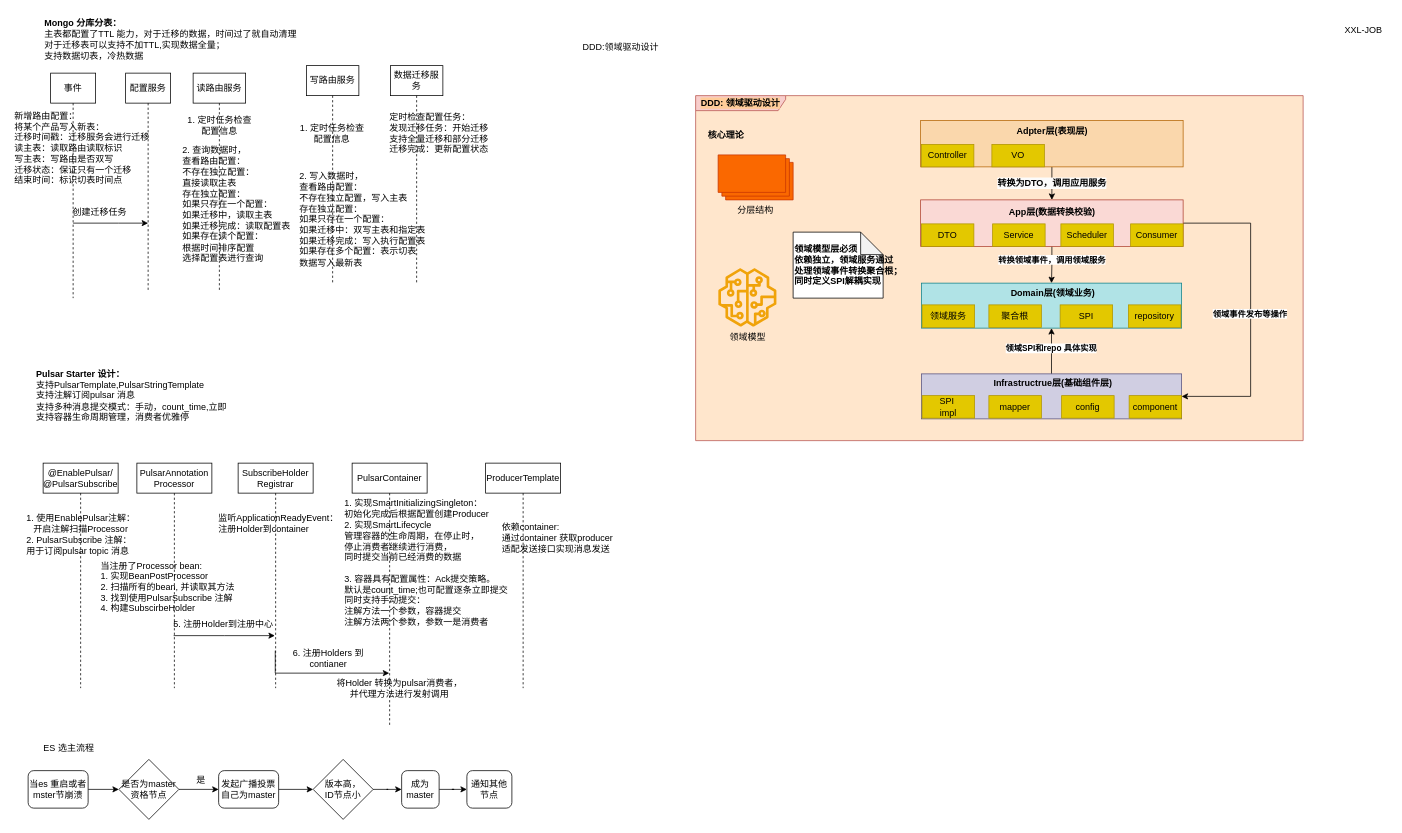
Before: 八股文.drawio in cqu20141693/draw.io, a draw.io diagram. Source tidied: cells renumbered, new cells numbered last; positions are measured from the earlier drawing's top-left corner, leaving out a move shared by most shapes. Both pictures are drawn from the tidied source at 75%, with x=0, y=0 at pixel (13, 13).
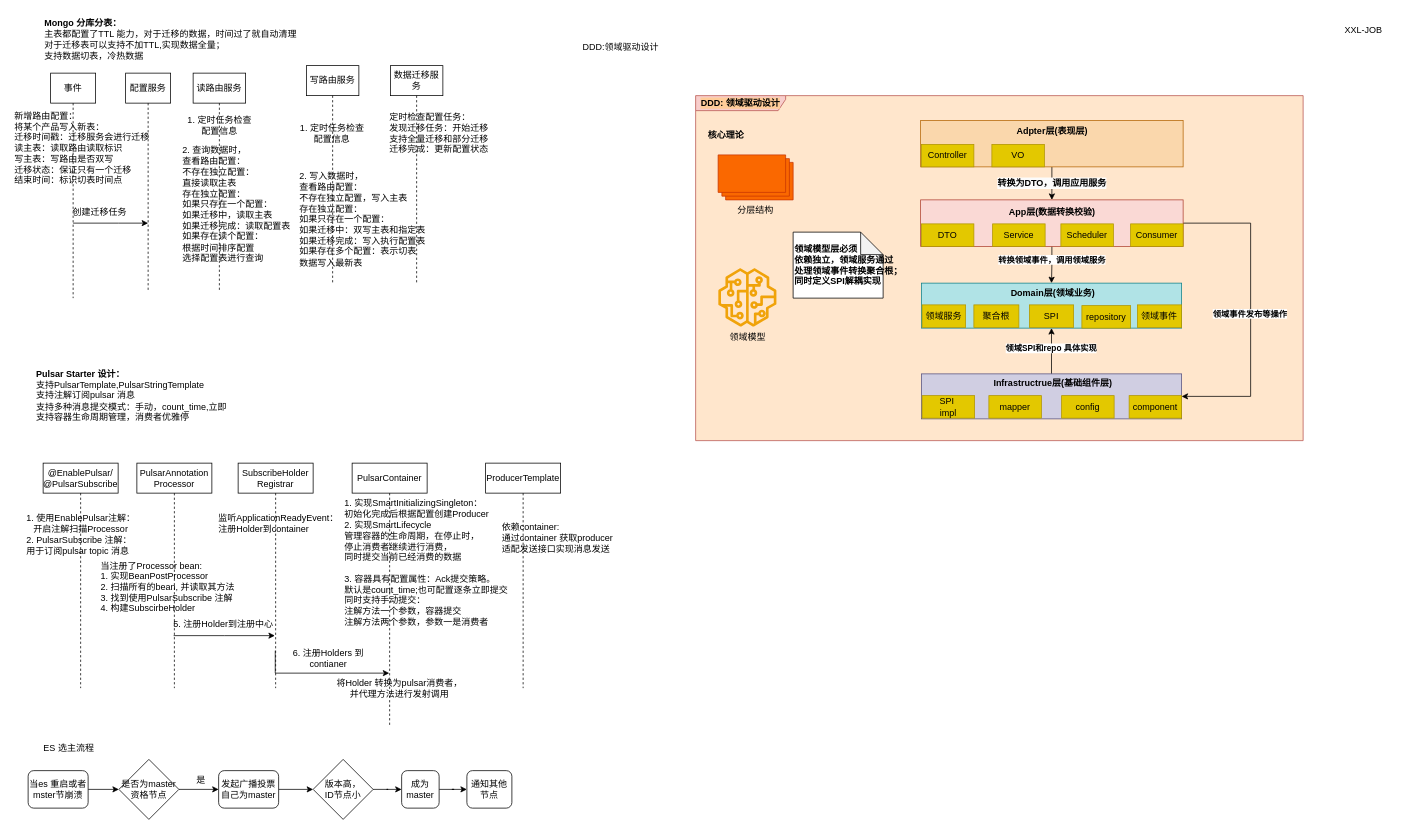
After the change.

Commit message:
更新八股文.drawio

The edit, as a diff of the source:
```diff
@@
     <mxCell id="68" value="领域服务" style="rounded=0;whiteSpace=wrap;html=1;fillColor=#e3c800;fontColor=#000000;strokeColor=#B09500;" parent="1" vertex="1">
-      <mxGeometry x="1212" y="389" width="70" height="30" as="geometry" />
+      <mxGeometry x="1212" y="389" width="58" height="30" as="geometry" />
     </mxCell>
     <mxCell id="69" value="聚合根" style="rounded=0;whiteSpace=wrap;html=1;fillColor=#e3c800;fontColor=#000000;strokeColor=#B09500;" parent="1" vertex="1">
-      <mxGeometry x="1301" y="389" width="70" height="30" as="geometry" />
+      <mxGeometry x="1281" y="389" width="60" height="30" as="geometry" />
     </mxCell>
     <mxCell id="70" value="SPI" style="rounded=0;whiteSpace=wrap;html=1;fillColor=#e3c800;fontColor=#000000;strokeColor=#B09500;" parent="1" vertex="1">
-      <mxGeometry x="1396" y="389" width="70" height="30" as="geometry" />
+      <mxGeometry x="1355" y="389" width="59" height="30" as="geometry" />
     </mxCell>
     <mxCell id="71" value="repository" style="rounded=0;whiteSpace=wrap;html=1;fillColor=#e3c800;fontColor=#000000;strokeColor=#B09500;" parent="1" vertex="1">
-      <mxGeometry x="1487" y="389" width="70" height="30" as="geometry" />
+      <mxGeometry x="1425" y="390" width="65" height="30" as="geometry" />
     </mxCell>
@@
+    <mxCell id="81" value="领域事件" style="rounded=0;whiteSpace=wrap;html=1;fillColor=#e3c800;fontColor=#000000;strokeColor=#B09500;" parent="1" vertex="1">
+      <mxGeometry x="1499" y="389" width="59" height="30" as="geometry" />
+    </mxCell>
```
